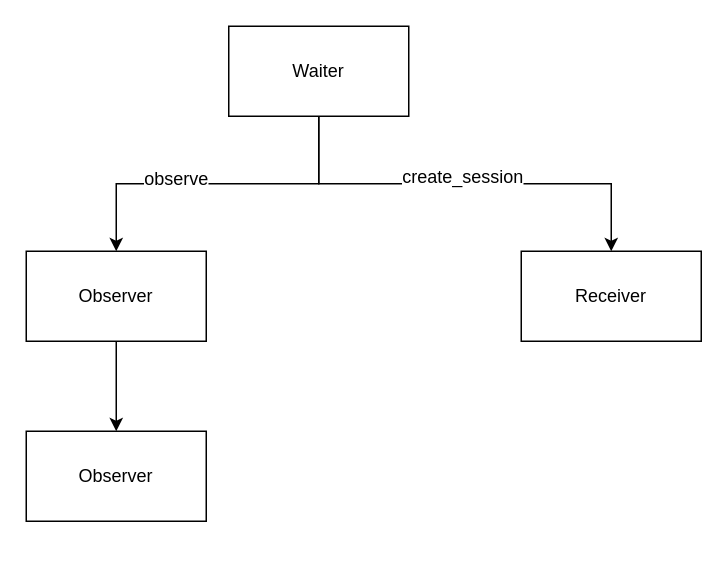
Before: designs/signaling-peer-lifecycle.drawio in lherman-cs/mailman, a draw.io diagram. Source tidied: cells renumbered, new cells numbered last; positions are measured from the earlier drawing's top-left corner, leaving out a move shared by most shapes. Both pictures are drawn from the tidied source at 150%, with x=0, y=0 at pixel (26, 26).
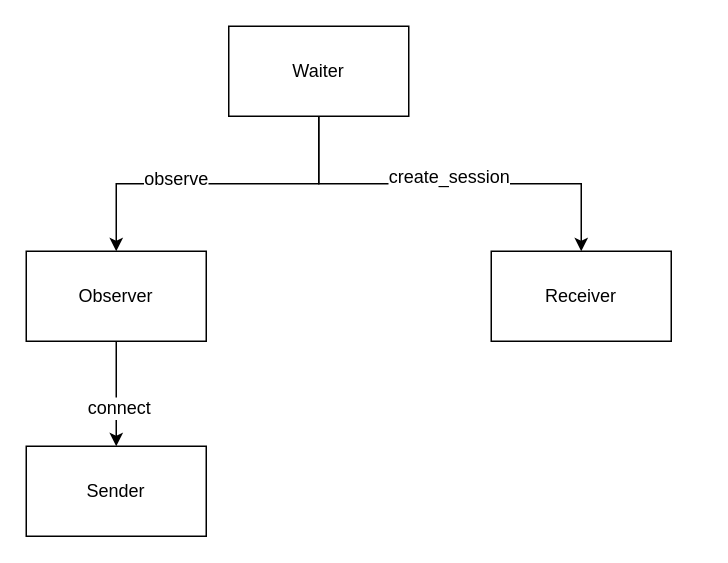
The same diagram, later.

The edit, as a diff of the source:
```diff
@@
 <mxGraphModel>
   <root>
     <mxCell id="0" />
     <mxCell id="1" parent="0" />
     <mxCell id="2" value="Receiver" style="rounded=0;whiteSpace=wrap;html=1;" parent="1" vertex="1">
-      <mxGeometry x="330" y="150" width="120" height="60" as="geometry" />
+      <mxGeometry x="310" y="150" width="120" height="60" as="geometry" />
     </mxCell>
     <mxCell id="3" style="edgeStyle=orthogonalEdgeStyle;rounded=0;jettySize=auto;html=1;exitX=0.5;exitY=1;exitDx=0;exitDy=0;entryX=0.5;entryY=0;entryDx=0;entryDy=0;" parent="1" edge="1" source="7" target="2">
       <mxGeometry relative="1" as="geometry" />
     </mxCell>
     <mxCell id="4" value="create_session" style="text;html=1;align=center;verticalAlign=middle;labelBackgroundColor=#ffffff;" parent="3" vertex="1">
       <mxGeometry x="-0.13" y="2" relative="1" as="geometry">
         <mxPoint x="16" y="-3" as="offset" />
       </mxGeometry>
     </mxCell>
     <mxCell id="5" style="edgeStyle=orthogonalEdgeStyle;rounded=0;jettySize=auto;html=1;exitX=0.5;exitY=1;exitDx=0;exitDy=0;entryX=0.5;entryY=0;entryDx=0;entryDy=0;" parent="1" edge="1" source="7" target="9">
       <mxGeometry relative="1" as="geometry" />
     </mxCell>
     <mxCell id="6" value="observe" style="text;html=1;align=center;verticalAlign=middle;labelBackgroundColor=#ffffff;" parent="5" vertex="1">
       <mxGeometry x="0.25" y="-4" relative="1" as="geometry" />
     </mxCell>
     <mxCell id="7" value="Waiter" style="rounded=0;whiteSpace=wrap;html=1;" parent="1" vertex="1">
       <mxGeometry x="135" width="120" height="60" as="geometry" />
     </mxCell>
     <mxCell id="8" style="edgeStyle=orthogonalEdgeStyle;rounded=0;jettySize=auto;html=1;exitX=0.5;exitY=1;exitDx=0;exitDy=0;entryX=0.5;entryY=0;entryDx=0;entryDy=0;" parent="1" edge="1" source="9" target="10">
-      <mxGeometry relative="1" as="geometry" />
+      <mxGeometry relative="1" as="geometry">
+        <Array as="points">
+          <mxPoint x="60" y="230" />
+          <mxPoint x="60" y="230" />
+        </Array>
+      </mxGeometry>
     </mxCell>
+    <mxCell id="11" value="connect" style="text;html=1;align=center;verticalAlign=middle;labelBackgroundColor=#ffffff;" parent="8" vertex="1">
+      <mxGeometry x="0.26" y="1" relative="1" as="geometry" />
+    </mxCell>
     <mxCell id="9" value="Observer" style="rounded=0;whiteSpace=wrap;html=1;" parent="1" vertex="1">
       <mxGeometry y="150" width="120" height="60" as="geometry" />
     </mxCell>
-    <mxCell id="10" value="Observer" style="rounded=0;whiteSpace=wrap;html=1;" parent="1" vertex="1">
-      <mxGeometry y="270" width="120" height="60" as="geometry" />
+    <mxCell id="10" value="Sender" style="rounded=0;whiteSpace=wrap;html=1;" parent="1" vertex="1">
+      <mxGeometry y="280" width="120" height="60" as="geometry" />
     </mxCell>
   </root>
 </mxGraphModel>
```
